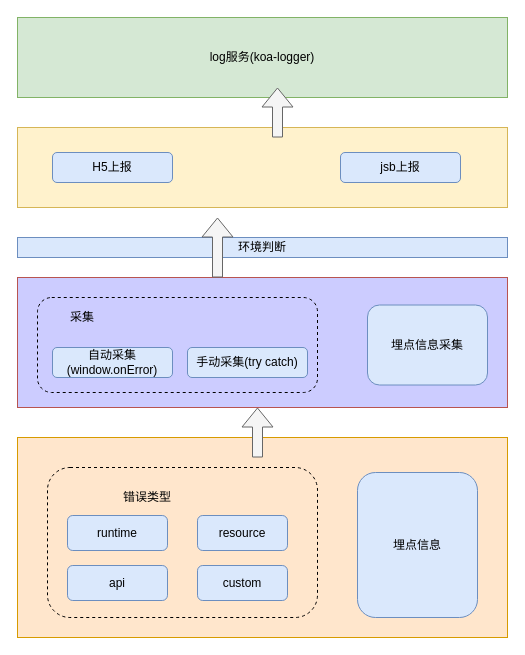
ytyszxf/angular2-webpack-starter keeps this draw.io diagram as 前端错误埋点.drawio. Above is the earlier version. Source tidied: cells renumbered, new cells numbered last; positions are measured from the earlier drawing's top-left corner, leaving out a move shared by most shapes. Both pictures are drawn from the tidied source at 100%, with x=0, y=0 at pixel (17, 17).
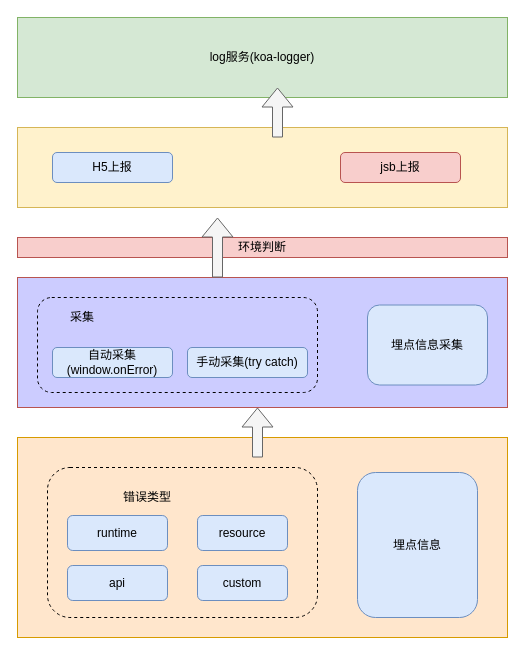
The same page after the edit.

Commit message:
Update 前端错误埋点.drawio

The edit, as a diff of the source:
```diff
@@
-    <mxCell id="16" value="环境判断" style="rounded=0;whiteSpace=wrap;html=1;fillColor=#dae8fc;strokeColor=#6c8ebf;" parent="1" vertex="1">
+    <mxCell id="16" value="环境判断" style="rounded=0;whiteSpace=wrap;html=1;fillColor=#f8cecc;strokeColor=#b85450;" parent="1" vertex="1">
       <mxGeometry y="220" width="490" height="20" as="geometry" />
     </mxCell>
@@
-    <mxCell id="19" value="jsb上报" style="rounded=1;whiteSpace=wrap;html=1;fillColor=#dae8fc;strokeColor=#6c8ebf;" parent="1" vertex="1">
+    <mxCell id="19" value="jsb上报" style="rounded=1;whiteSpace=wrap;html=1;fillColor=#f8cecc;strokeColor=#b85450;" parent="1" vertex="1">
       <mxGeometry x="323" y="135" width="120" height="30" as="geometry" />
     </mxCell>
```
